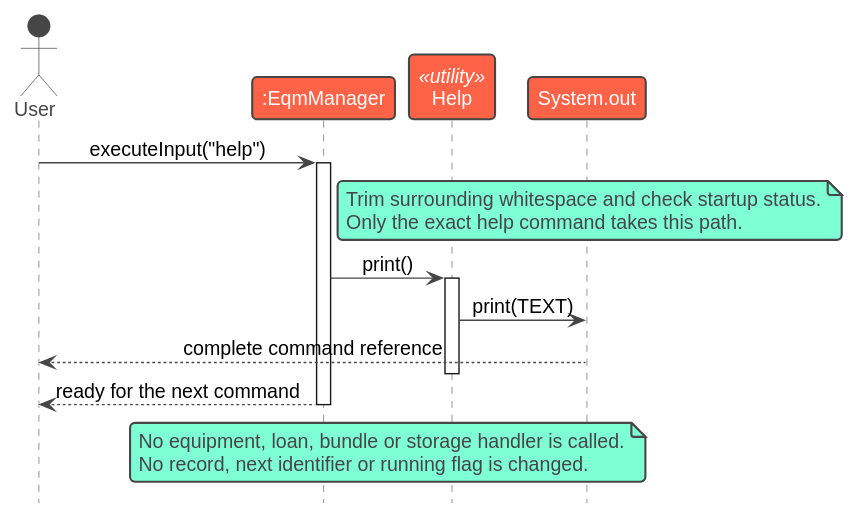
Above: docs/images/HelpSequence.svg in AY2627S1-CS2113-W13-1/tp (PlantUML), before the change. The source it was exported from:
```plantuml
@startuml
!include style.puml
hide footbox
skinparam sequenceMessageAlign center
skinparam maxMessageSize 210

actor User
participant ":EqmManager" as Manager
participant "Help" as Help <<utility>>
participant "System.out" as Output

User -> Manager: executeInput("help")
activate Manager
note right of Manager
Trim surrounding whitespace and check startup status.
Only the exact help command takes this path.
end note
Manager -> Help: print()
activate Help
Help -> Output: print(TEXT)
Output --> User: complete command reference
deactivate Help
Manager --> User: ready for the next command
deactivate Manager
note over Manager, Help
No equipment, loan, bundle or storage handler is called.
No record, next identifier or running flag is changed.
end note
@enduml
```
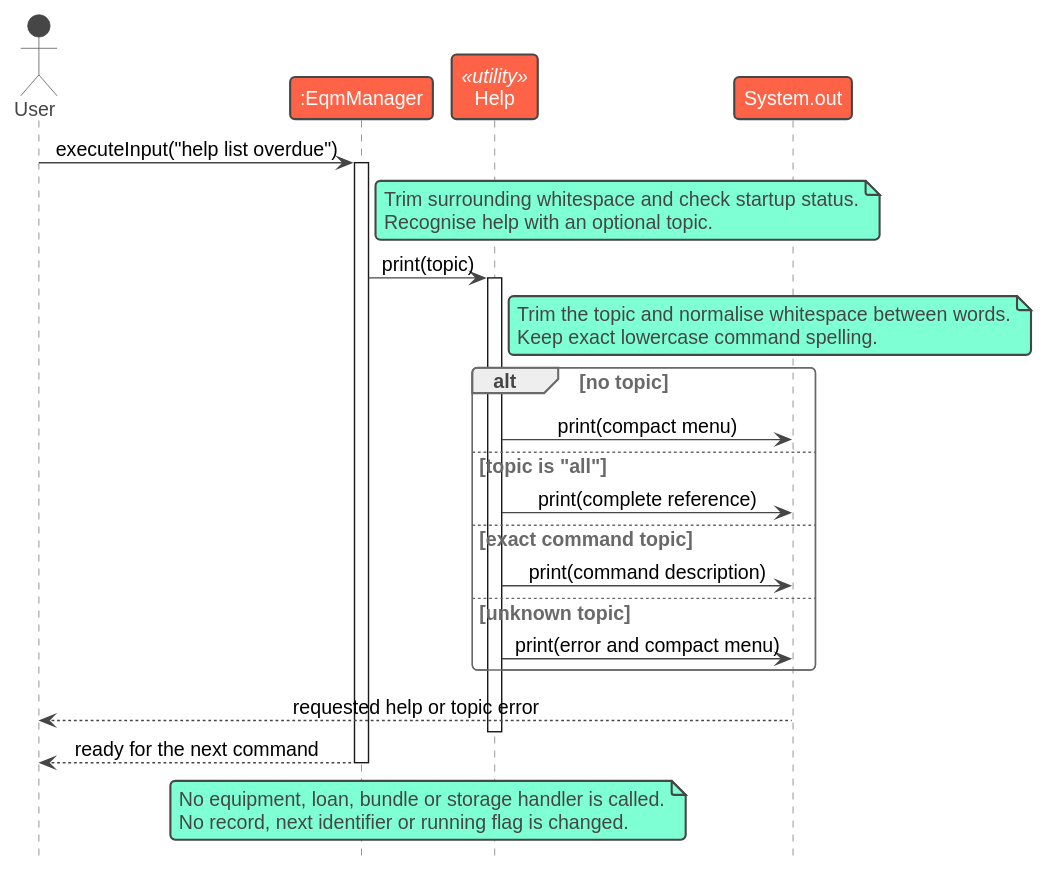
Above is the later version.

Commit message:
Add compact help menu and command-specific references

The edit, as a diff of the source:
```diff
@@ -9,16 +9,28 @@
 participant "Help" as Help <<utility>>
 participant "System.out" as Output
 
-User -> Manager: executeInput("help")
+User -> Manager: executeInput("help list overdue")
 activate Manager
 note right of Manager
 Trim surrounding whitespace and check startup status.
-Only the exact help command takes this path.
+Recognise help with an optional topic.
 end note
-Manager -> Help: print()
+Manager -> Help: print(topic)
 activate Help
-Help -> Output: print(TEXT)
-Output --> User: complete command reference
+note right of Help
+Trim the topic and normalise whitespace between words.
+Keep exact lowercase command spelling.
+end note
+alt no topic
+Help -> Output: print(compact menu)
+else topic is "all"
+Help -> Output: print(complete reference)
+else exact command topic
+Help -> Output: print(command description)
+else unknown topic
+Help -> Output: print(error and compact menu)
+end
+Output --> User: requested help or topic error
 deactivate Help
 Manager --> User: ready for the next command
 deactivate Manager
```
